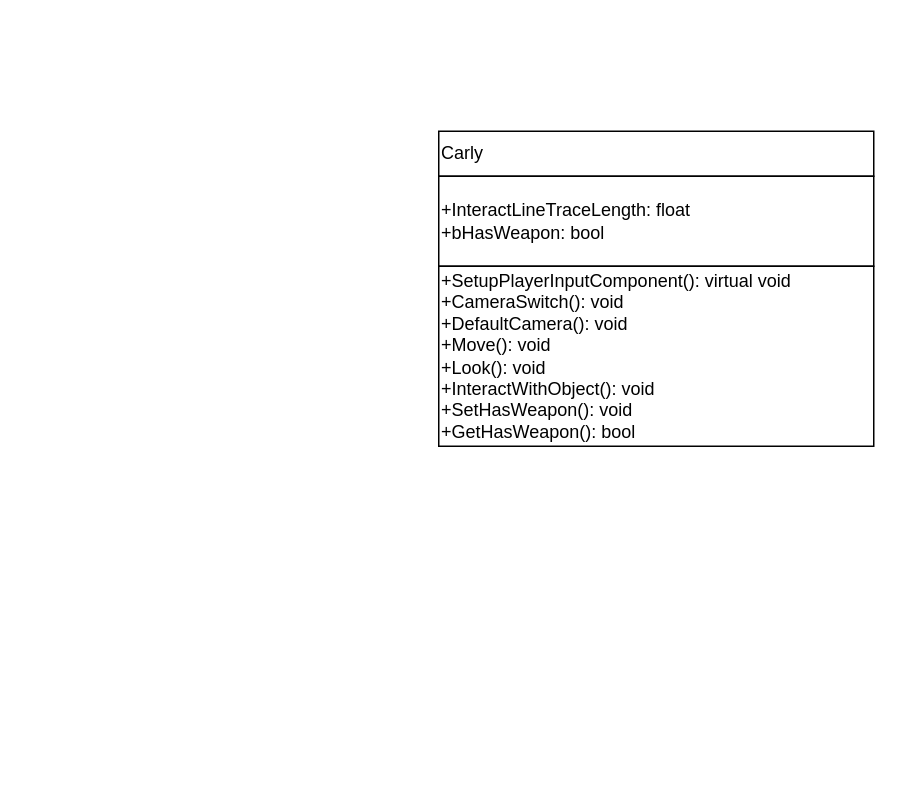
This is Untitled Diagram.drawio from Bendelorm/G9FPS, a draw.io file, before an edit. Source tidied: cells renumbered, new cells numbered last; positions are measured from the earlier drawing's top-left corner, leaving out a move shared by most shapes. Both pictures are drawn from the tidied source at 150%, with x=0, y=0 at pixel (438, 130).
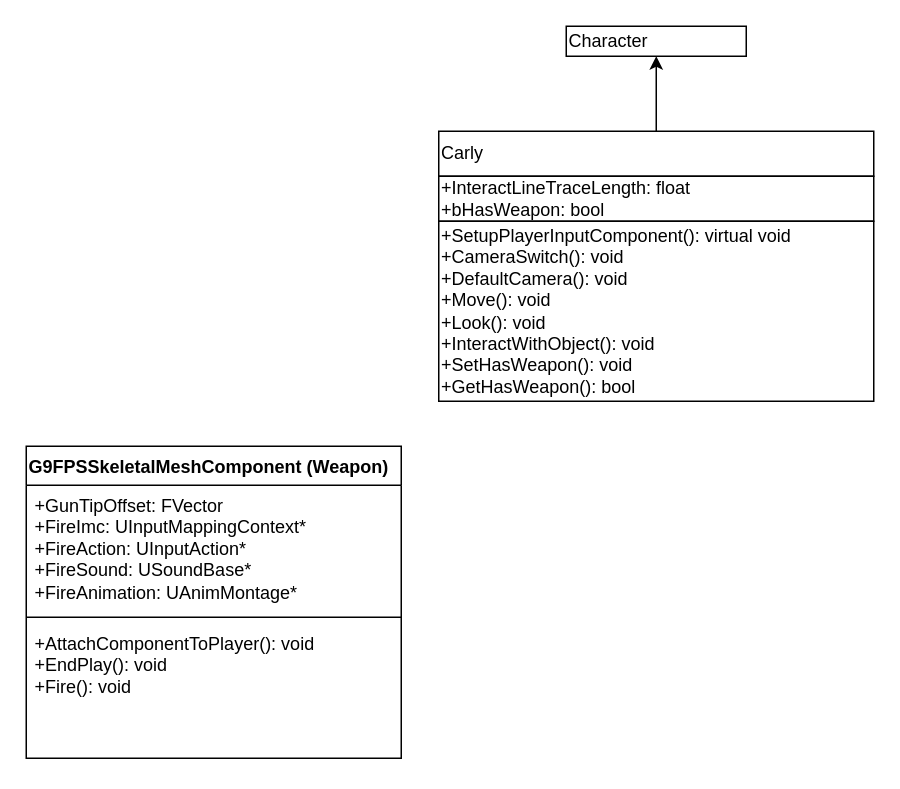
The same diagram, later.

Diff of the diagram source:
```diff
@@
 <mxGraphModel>
   <root>
     <mxCell id="0" />
     <mxCell id="1" parent="0" />
     <mxCell id="2" value="Carly" style="rounded=0;whiteSpace=wrap;html=1;align=left;" parent="1" vertex="1">
       <mxGeometry width="290" height="30" as="geometry" />
     </mxCell>
     <mxCell id="3" value="+InteractLineTraceLength: float&lt;div&gt;+bHasWeapon: bool&lt;/div&gt;" style="rounded=0;whiteSpace=wrap;html=1;align=left;" parent="1" vertex="1">
-      <mxGeometry y="30" width="290" height="60" as="geometry" />
+      <mxGeometry y="30" width="290" height="30" as="geometry" />
     </mxCell>
     <mxCell id="4" value="&lt;div&gt;&lt;span style=&quot;background-color: initial;&quot;&gt;+SetupPlayerInputComponent(): virtual void&lt;/span&gt;&lt;br&gt;&lt;/div&gt;&lt;div&gt;+CameraSwitch(): void&lt;/div&gt;&lt;div&gt;+DefaultCamera(): void&lt;/div&gt;&lt;div&gt;+Move(): void&lt;/div&gt;&lt;div&gt;+Look(): void&lt;/div&gt;&lt;div&gt;+InteractWithObject(): void&lt;/div&gt;&lt;div&gt;+SetHasWeapon(): void&lt;/div&gt;&lt;div&gt;+GetHasWeapon(): bool&lt;/div&gt;" style="rounded=0;whiteSpace=wrap;html=1;align=left;" parent="1" vertex="1">
-      <mxGeometry y="90" width="290" height="120" as="geometry" />
+      <mxGeometry y="60" width="290" height="120" as="geometry" />
     </mxCell>
+    <mxCell id="5" value="Character" style="rounded=0;whiteSpace=wrap;html=1;align=left;" parent="1" vertex="1">
+      <mxGeometry x="85" y="-70" width="120" height="20" as="geometry" />
+    </mxCell>
+    <mxCell id="6" style="endArrow=classic;html=1;rounded=0;entryX=0.5;entryY=1;entryDx=0;entryDy=0;exitX=0.5;exitY=0;exitDx=0;exitDy=0;" parent="1" edge="1" source="2" target="5">
+      <mxGeometry relative="1" as="geometry" />
+    </mxCell>
+    <mxCell id="7" value="G9FPSSkeletalMeshComponent (Weapon)" style="swimlane;fontStyle=1;align=left;verticalAlign=top;horizontal=1;startSize=26;whiteSpace=wrap;html=1;" parent="1" vertex="1">
+      <mxGeometry x="-275" y="210" width="250" height="208" as="geometry" />
+    </mxCell>
+    <mxCell id="8" value="+GunTipOffset: FVector&lt;div&gt;+FireImc: UInputMappingContext*&lt;/div&gt;&lt;div&gt;+FireAction: UInputAction*&lt;/div&gt;&lt;div&gt;+FireSound: USoundBase*&lt;/div&gt;&lt;div&gt;+FireAnimation: UAnimMontage*&lt;/div&gt;" style="text;strokeColor=none;fillColor=none;align=left;verticalAlign=top;spacingLeft=4;spacingRight=4;overflow=hidden;whiteSpace=wrap;html=1;" parent="7" vertex="1">
+      <mxGeometry y="26" width="250" height="84" as="geometry" />
+    </mxCell>
+    <mxCell id="9" style="line;strokeWidth=1;fillColor=none;align=left;verticalAlign=middle;spacingTop=-1;spacingLeft=3;spacingRight=3;labelPosition=right;strokeColor=inherit;" parent="7" vertex="1">
+      <mxGeometry y="110" width="250" height="8" as="geometry" />
+    </mxCell>
+    <mxCell id="10" value="+AttachComponentToPlayer(): void&lt;div&gt;+EndPlay(): void&lt;/div&gt;&lt;div&gt;+Fire(): void&lt;/div&gt;" style="text;strokeColor=none;fillColor=none;align=left;verticalAlign=top;spacingLeft=4;spacingRight=4;overflow=hidden;whiteSpace=wrap;html=1;" parent="7" vertex="1">
+      <mxGeometry y="118" width="250" height="90" as="geometry" />
+    </mxCell>
   </root>
 </mxGraphModel>
```
